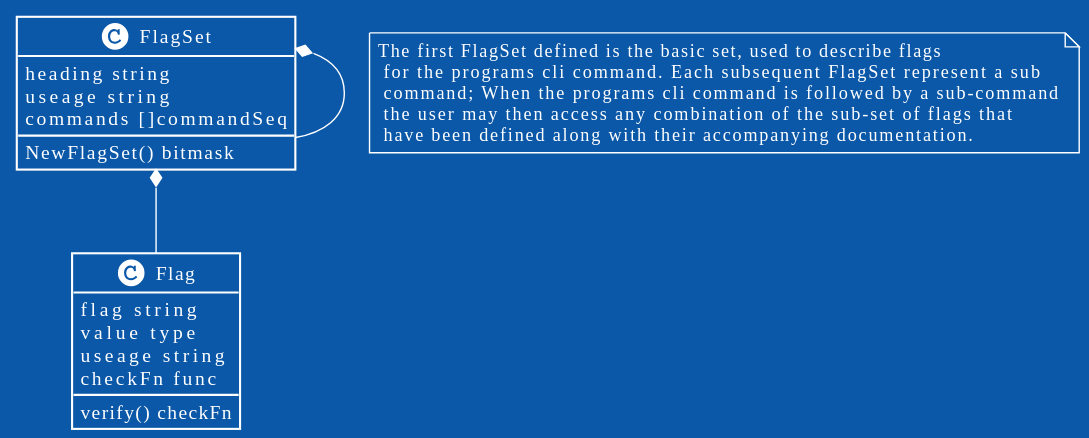
Before: notes/conf.svg, a diagram exported from PlantUML (8i8/conf). The source it was exported from:
```plantuml
@startuml

!theme amiga

class FlagSet {
	heading  string
	useage   string
	commands []commandSeq
	NewFlagSet() bitmask
}

note "The first FlagSet defined is the basic set, used to describe flags\n for the programs cli command. Each subsequent FlagSet represent a sub\n command; When the programs cli command is followed by a sub-command\n the user may then access any combination of the sub-set of flags that\n have been defined along with their accompanying documentation." as N1

class Flag {
	flag     string
	value    type
	useage   string
	checkFn  func
	verify() checkFn
}

FlagSet *-- FlagSet
FlagSet *-- Flag

@enduml
```
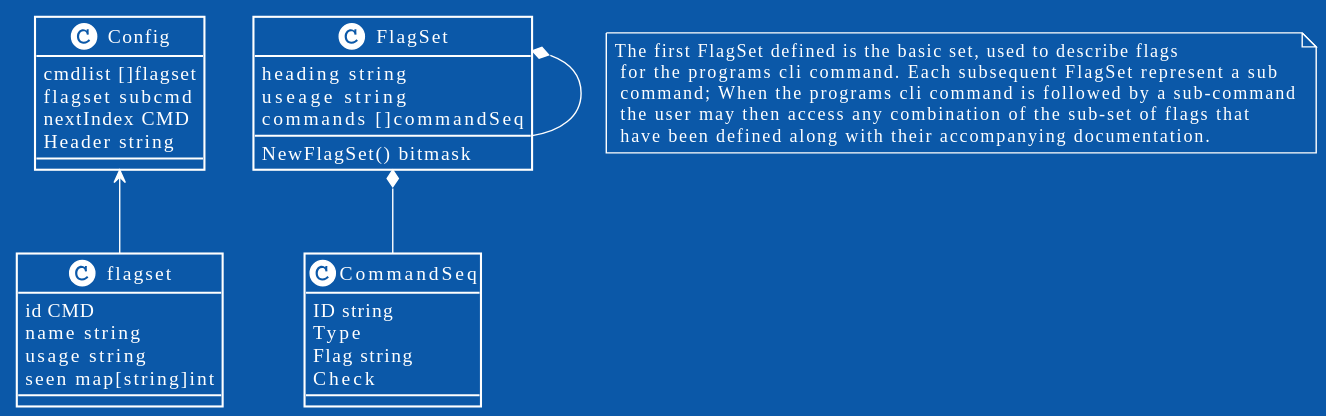
After the commit.

What changed in the source:
```diff
@@ -1,6 +1,22 @@
 @startuml
 
 !theme amiga
+
+class Config {
+	cmdlist []flagset
+	flagset subcmd
+	nextIndex CMD
+	Header string
+}
+
+class flagset {
+	id CMD
+	name string
+	usage string
+	seen map[string]int
+}
+
+Config <-- flagset
 
 class FlagSet {
 	heading  string
@@ -9,17 +25,16 @@
 	NewFlagSet() bitmask
 }
 
+class CommandSeq {
+	ID string
+	Type
+	Flag string
+	Check
+}
+
 note "The first FlagSet defined is the basic set, used to describe flags\n for the programs cli command. Each subsequent FlagSet represent a sub\n command; When the programs cli command is followed by a sub-command\n the user may then access any combination of the sub-set of flags that\n have been defined along with their accompanying documentation." as N1
 
-class Flag {
-	flag     string
-	value    type
-	useage   string
-	checkFn  func
-	verify() checkFn
-}
-
 FlagSet *-- FlagSet
-FlagSet *-- Flag
+FlagSet *-- CommandSeq
 
 @enduml
```
